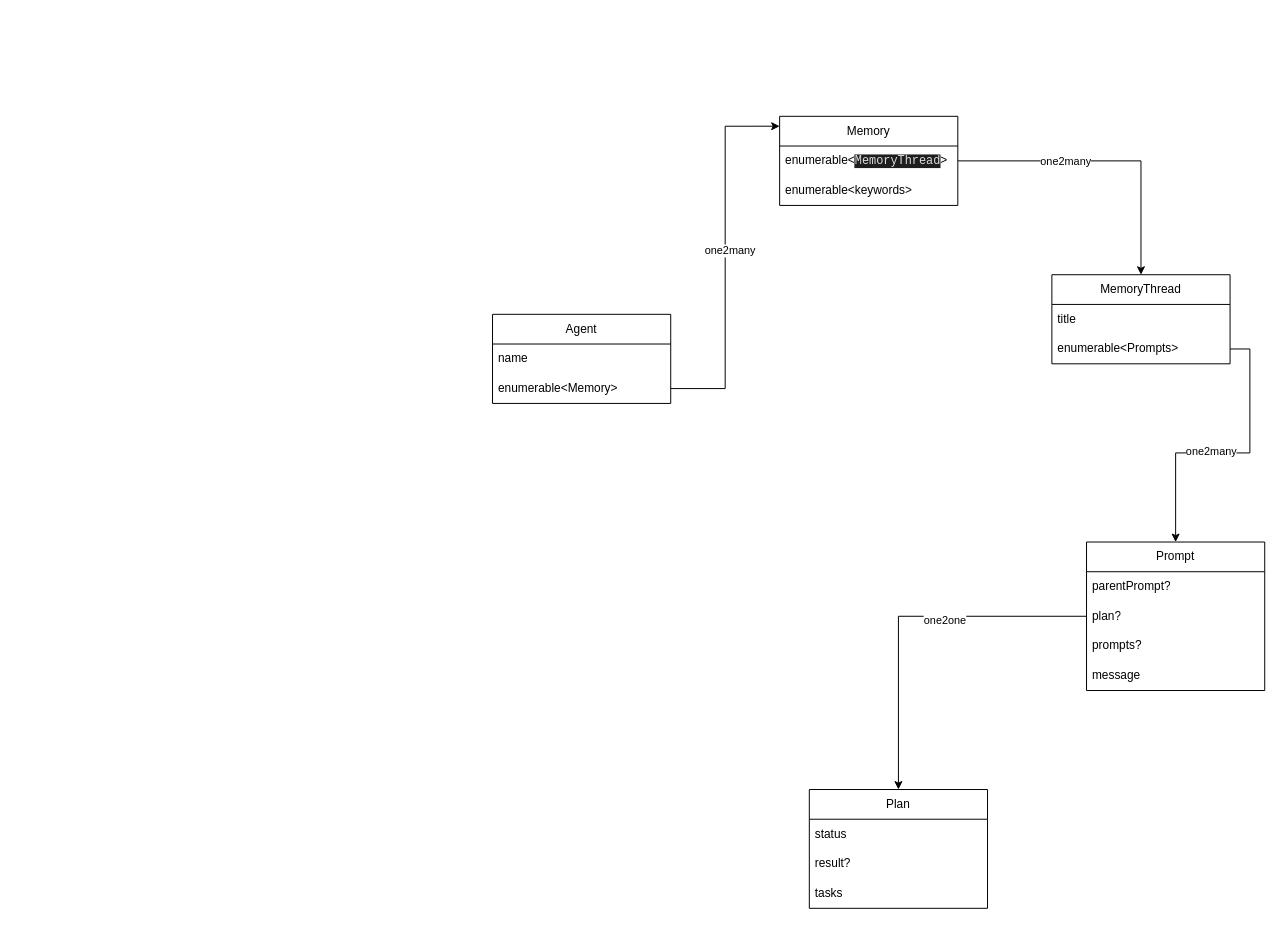
Earlier version of the draw.io diagram architecture/drawio/Memory-Design.drawio (jeff-nasseri/Thalamus). Source tidied: cells renumbered, new cells numbered last; positions are measured from the earlier drawing's top-left corner, leaving out a move shared by most shapes. Both pictures are drawn from the tidied source at 99%, with x=0, y=0 at pixel (492, 116).
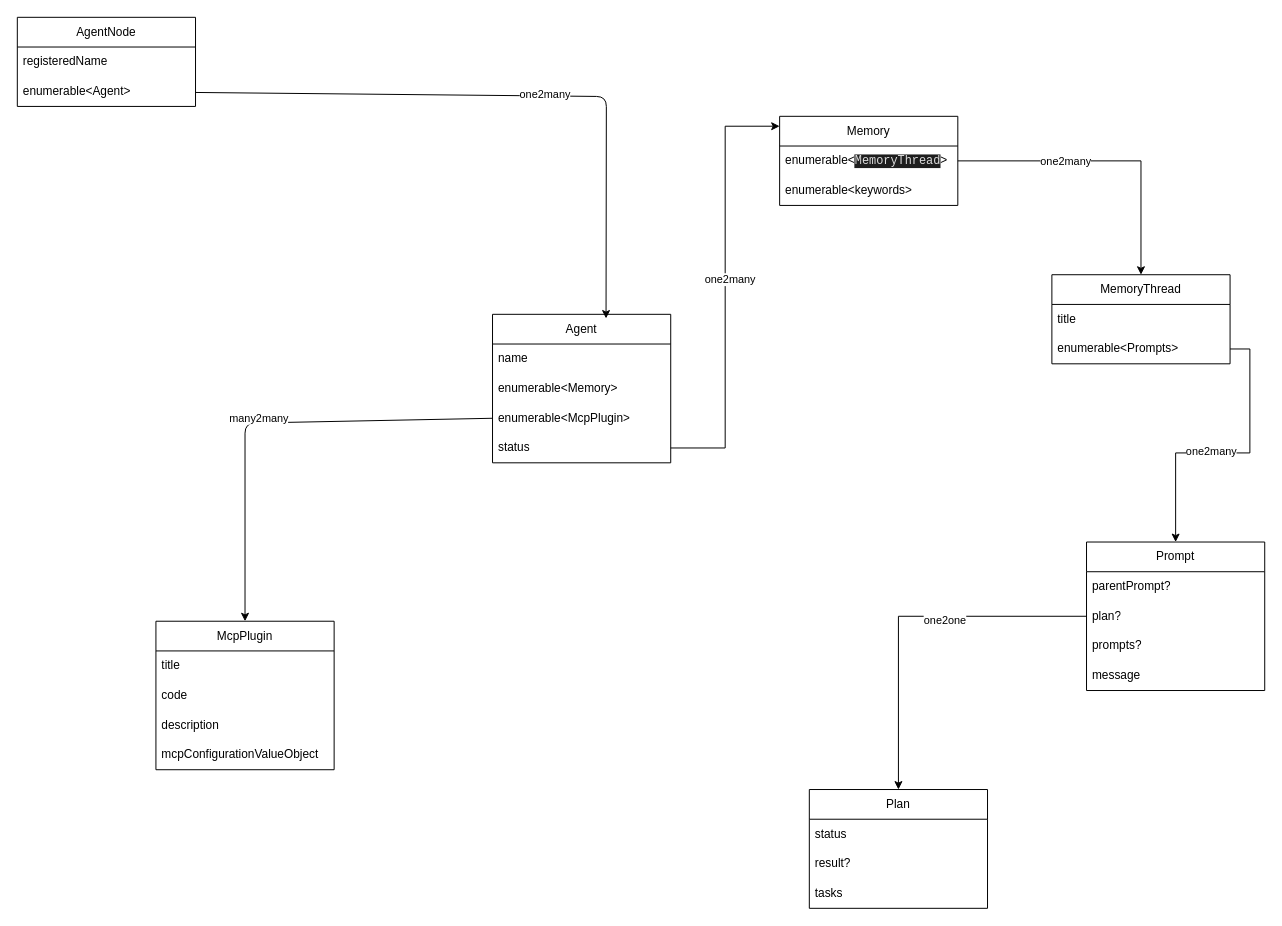
The same page after the edit.

Diff of the diagram source:
```diff
@@
     <mxCell id="23" value="Agent" style="swimlane;fontStyle=0;horizontal=1;startSize=30;whiteSpace=wrap;html=1;" parent="1" vertex="1">
-      <mxGeometry y="200" width="180" height="90" as="geometry" />
+      <mxGeometry y="200" width="180" height="150" as="geometry" />
     </mxCell>
@@
+    <mxCell id="28" value="enumerable&amp;lt;Memory&amp;gt;" style="text;strokeColor=none;fillColor=none;align=left;verticalAlign=middle;spacingLeft=4;spacingRight=4;overflow=hidden;whiteSpace=wrap;html=1;" parent="23" vertex="1">
+      <mxGeometry y="60" width="180" height="30" as="geometry" />
+    </mxCell>
+    <mxCell id="29" value="enumerable&amp;lt;McpPlugin&amp;gt;" style="text;strokeColor=none;fillColor=none;align=left;verticalAlign=middle;spacingLeft=4;spacingRight=4;overflow=hidden;points=[[0,0.5],[1,0.5]];portConstraint=eastwest;whiteSpace=wrap;html=1;" parent="23" vertex="1">
+      <mxGeometry y="90" width="180" height="30" as="geometry" />
+    </mxCell>
-    <mxCell id="25" value="enumerable&amp;lt;Memory&amp;gt;" style="text;strokeColor=none;fillColor=none;align=left;verticalAlign=middle;spacingLeft=4;spacingRight=4;overflow=hidden;points=[[0,0.5],[1,0.5]];portConstraint=eastwest;whiteSpace=wrap;html=1;" parent="23" vertex="1">
-      <mxGeometry y="60" width="180" height="30" as="geometry" />
+    <mxCell id="25" value="status" style="text;strokeColor=none;fillColor=none;align=left;verticalAlign=middle;spacingLeft=4;spacingRight=4;overflow=hidden;points=[[0,0.5],[1,0.5]];portConstraint=eastwest;whiteSpace=wrap;html=1;" parent="23" vertex="1">
+      <mxGeometry y="120" width="180" height="30" as="geometry" />
     </mxCell>
@@
+    <mxCell id="30" value="McpPlugin" style="swimlane;fontStyle=0;horizontal=1;startSize=30;whiteSpace=wrap;html=1;" parent="1" vertex="1">
+      <mxGeometry x="-340" y="510" width="180" height="150" as="geometry" />
+    </mxCell>
+    <mxCell id="31" value="title" style="text;strokeColor=none;fillColor=none;align=left;verticalAlign=middle;spacingLeft=4;spacingRight=4;overflow=hidden;whiteSpace=wrap;html=1;" parent="30" vertex="1">
+      <mxGeometry y="30" width="180" height="30" as="geometry" />
+    </mxCell>
+    <mxCell id="32" value="code" style="text;strokeColor=none;fillColor=none;align=left;verticalAlign=middle;spacingLeft=4;spacingRight=4;overflow=hidden;whiteSpace=wrap;html=1;" parent="30" vertex="1">
+      <mxGeometry y="60" width="180" height="30" as="geometry" />
+    </mxCell>
+    <mxCell id="33" value="description" style="text;strokeColor=none;fillColor=none;align=left;verticalAlign=middle;spacingLeft=4;spacingRight=4;overflow=hidden;whiteSpace=wrap;html=1;" parent="30" vertex="1">
+      <mxGeometry y="90" width="180" height="30" as="geometry" />
+    </mxCell>
+    <mxCell id="34" value="mcpConfigurationValueObject" style="text;strokeColor=none;fillColor=none;align=left;verticalAlign=middle;spacingLeft=4;spacingRight=4;overflow=hidden;whiteSpace=wrap;html=1;" parent="30" vertex="1">
+      <mxGeometry y="120" width="180" height="30" as="geometry" />
+    </mxCell>
+    <mxCell id="35" style="edgeStyle=none;html=1;entryX=0.5;entryY=0;entryDx=0;entryDy=0;exitX=0;exitY=0.5;exitDx=0;exitDy=0;" parent="1" edge="1" source="29" target="30">
+      <mxGeometry relative="1" as="geometry">
+        <Array as="points">
+          <mxPoint x="-250" y="310" />
+        </Array>
+      </mxGeometry>
+    </mxCell>
+    <mxCell id="36" value="many2many" style="edgeLabel;html=1;align=center;verticalAlign=middle;" parent="35" vertex="1">
+      <mxGeometry x="0.05" y="-5" relative="1" as="geometry" />
+    </mxCell>
+    <mxCell id="37" value="AgentNode" style="swimlane;fontStyle=0;horizontal=1;startSize=30;whiteSpace=wrap;html=1;" parent="1" vertex="1">
+      <mxGeometry x="-480" y="-100" width="180" height="90" as="geometry" />
+    </mxCell>
+    <mxCell id="38" value="registeredName" style="text;strokeColor=none;fillColor=none;align=left;verticalAlign=middle;spacingLeft=4;spacingRight=4;overflow=hidden;whiteSpace=wrap;html=1;" parent="37" vertex="1">
+      <mxGeometry y="30" width="180" height="30" as="geometry" />
+    </mxCell>
+    <mxCell id="39" value="enumerable&amp;lt;Agent&amp;gt;" style="text;strokeColor=none;fillColor=none;align=left;verticalAlign=middle;spacingLeft=4;spacingRight=4;overflow=hidden;points=[[0,0.5],[1,0.5]];portConstraint=eastwest;whiteSpace=wrap;html=1;" parent="37" vertex="1">
+      <mxGeometry y="60" width="180" height="30" as="geometry" />
+    </mxCell>
+    <mxCell id="40" style="edgeStyle=none;html=1;entryX=0.637;entryY=0.028;entryDx=0;entryDy=0;entryPerimeter=0;" parent="1" edge="1" source="39" target="23">
+      <mxGeometry relative="1" as="geometry">
+        <Array as="points">
+          <mxPoint x="115" y="-20" />
+        </Array>
+      </mxGeometry>
+    </mxCell>
+    <mxCell id="41" value="one2many" style="edgeLabel;html=1;align=center;verticalAlign=middle;" parent="40" vertex="1">
+      <mxGeometry x="0.1" y="2" relative="1" as="geometry" />
+    </mxCell>
```
